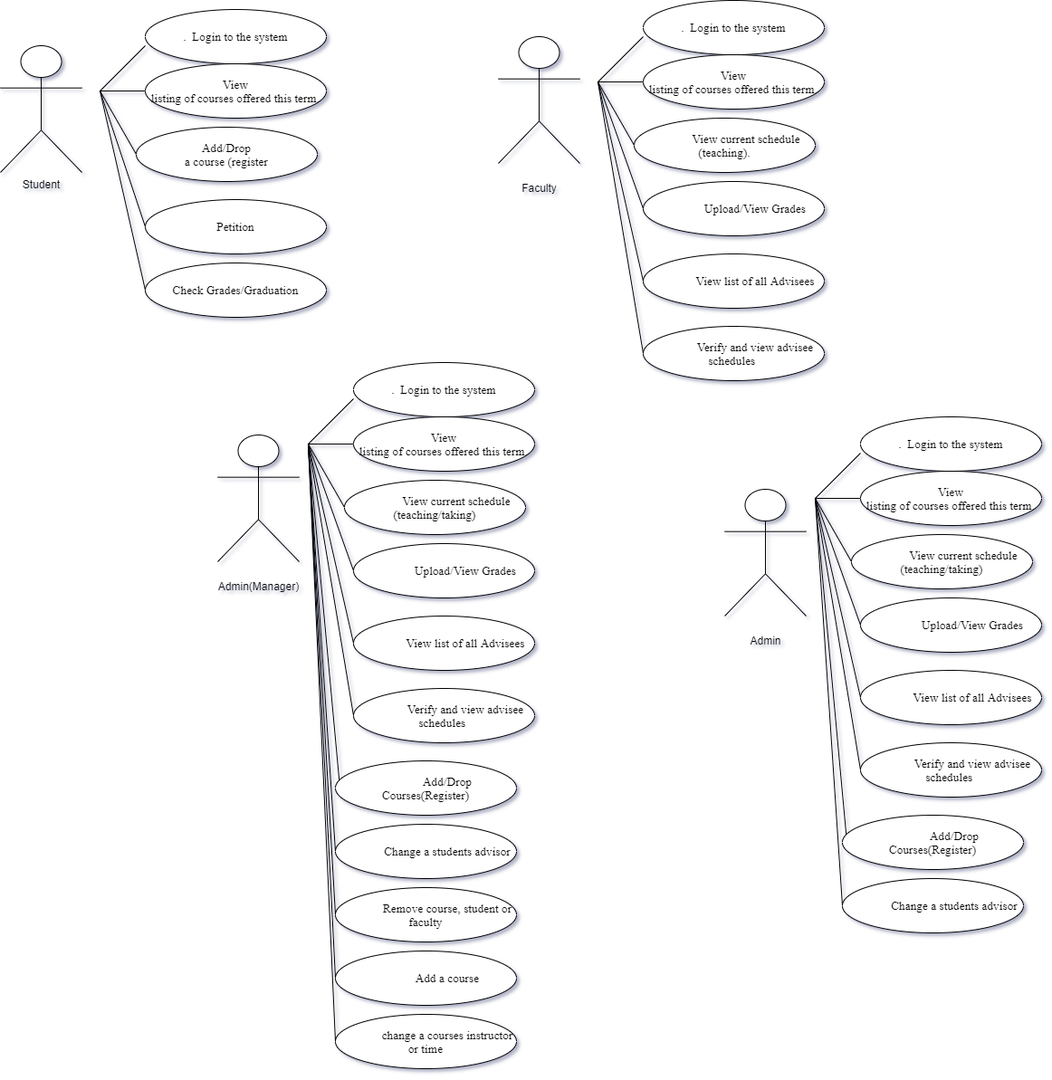
The draw.io diagram UML/useCaseDiagram.png in itscoe/CS390, before a commit. Source tidied: cells renumbered, new cells last; positions are measured from the earlier drawing's top-left corner, leaving out a move shared by most shapes.
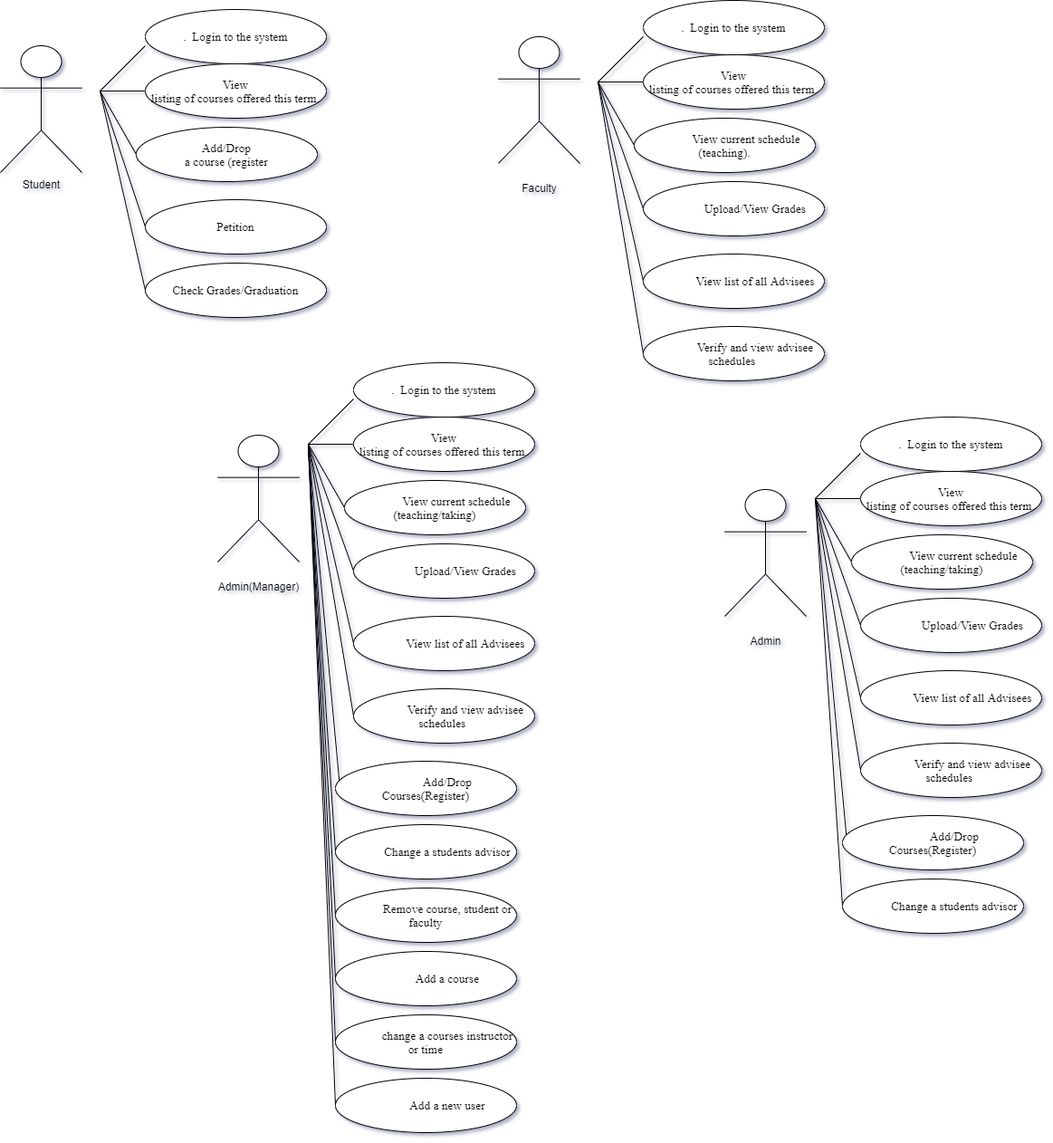
Later version of the same file.

Diff of the diagram source:
```diff
@@ -268,5 +268,13 @@
         <mxPoint x="340" y="490" as="targetPoint" />
       </mxGeometry>
     </mxCell>
+    <mxCell id="66" value="&lt;p class=&quot;MsoNormal&quot; style=&quot;text-indent: 0.5in&quot;&gt;&lt;font face=&quot;times new roman, serif&quot;&gt;&lt;span style=&quot;font-size: 13.3333px&quot;&gt;Add a new user&lt;/span&gt;&lt;/font&gt;&lt;/p&gt;" style="ellipse;whiteSpace=wrap;html=1;" parent="1" vertex="1">
+      <mxGeometry x="370" y="1190" width="200" height="60" as="geometry" />
+    </mxCell>
+    <mxCell id="67" style="endArrow=none;html=1;exitX=0;exitY=0.5;exitDx=0;exitDy=0;" parent="1" edge="1" source="66">
+      <mxGeometry relative="1" as="geometry">
+        <mxPoint x="340" y="490" as="targetPoint" />
+      </mxGeometry>
+    </mxCell>
   </root>
 </mxGraphModel>
```
